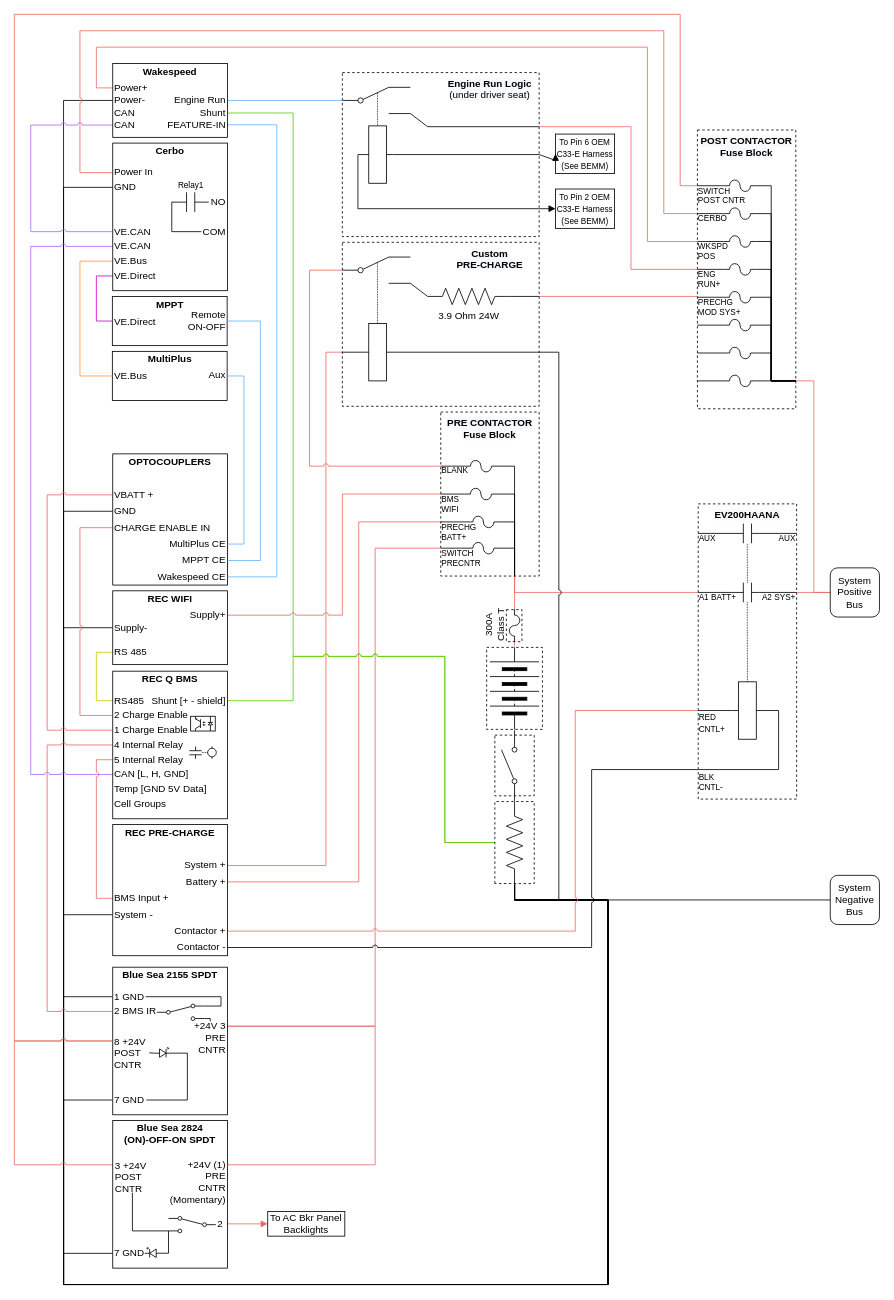
natecostello/van_two_point_oh keeps this draw.io diagram as page "V4" (2 of 5) of van/electrical/BMS_wiring_logic_v4/REC_Q_BMS_Wiring_Logic.drawio. Above is the earlier version. Source tidied: cells renumbered, new cells numbered last; positions are measured from the earlier drawing's top-left corner, leaving out a move shared by most shapes. Both pictures are drawn from the tidied source at 82%, with x=0, y=0 at pixel (14, 14).
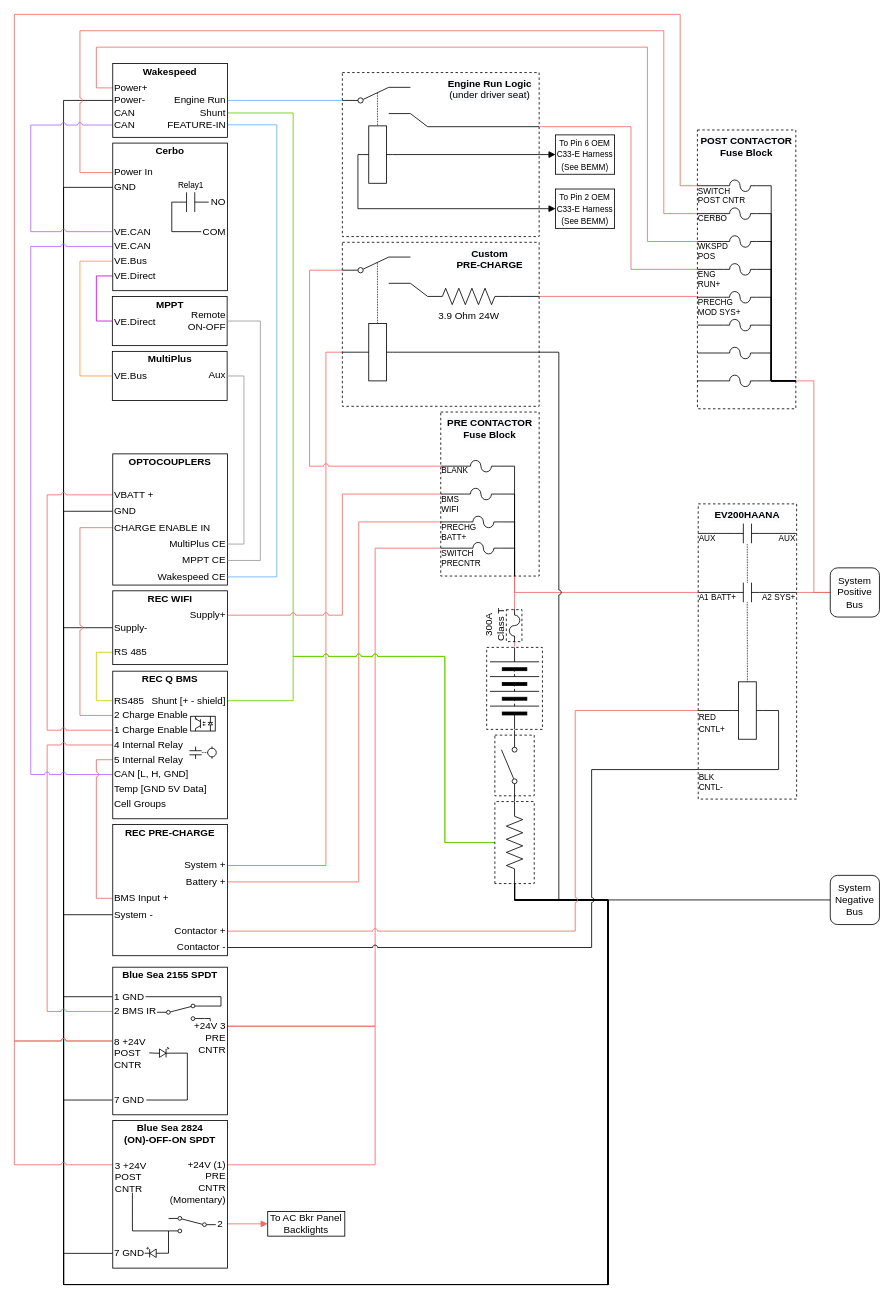
The same diagram, later.

Unchanged cells that the change refers to:
```xml
<mxCell id="49" value="MPPT CE" style="text;html=1;strokeColor=none;fillColor=none;align=right;verticalAlign=middle;whiteSpace=wrap;rounded=0;" parent="45" vertex="1">
  <mxGeometry y="120" width="140" height="20" as="geometry" />
</mxCell>
<mxCell id="51" value="MultiPlus CE" style="text;html=1;strokeColor=none;fillColor=none;align=right;verticalAlign=middle;whiteSpace=wrap;rounded=0;" parent="45" vertex="1">
  <mxGeometry y="100" width="140" height="20" as="geometry" />
</mxCell>
<mxCell id="60" style="rounded=0;whiteSpace=wrap;html=1;fillColor=none;" parent="59" vertex="1">
  <mxGeometry width="140" height="60" as="geometry" />
</mxCell>
<mxCell id="65" style="rounded=0;whiteSpace=wrap;html=1;fillColor=none;" parent="64" vertex="1">
  <mxGeometry width="140" height="60" as="geometry" />
</mxCell>
<mxCell id="79" style="rounded=0;whiteSpace=wrap;html=1;fillColor=none;dashed=1;points=[[0,0.17,0,0,0],[0,0.33,0,0,0],[0,0.5,0,0,0],[0,0.67,0,0,0],[0,0.83,0,0,0],[0.25,0,0,0,0],[0.25,1,0,0,0],[0.5,0,0,0,0],[0.5,1,0,0,0],[0.75,0,0,0,0],[0.75,1,0,0,0],[1,0.17,0,0,0],[1,0.33,0,0,0],[1,0.5,0,0,0],[1,0.67,0,0,0],[1,0.83,0,0,0]];" parent="77" vertex="1">
  <mxGeometry width="240" height="200" as="geometry" />
</mxCell>
```

What changed in the source:
```diff
@@
-    <mxCell id="69" style="edgeStyle=orthogonalEdgeStyle;rounded=0;jumpStyle=arc;jettySize=auto;html=1;exitX=1;exitY=0.5;exitDx=0;exitDy=0;strokeColor=#66B2FF;strokeWidth=1;startArrow=none;startFill=0;endArrow=none;endFill=0;entryX=1;entryY=0.5;entryDx=0;entryDy=0;" parent="1" edge="1" source="51" target="65">
+    <mxCell id="69" style="edgeStyle=orthogonalEdgeStyle;rounded=0;jumpStyle=arc;jettySize=auto;html=1;exitX=1;exitY=0.5;exitDx=0;exitDy=0;strokeColor=#999999;strokeWidth=1;startArrow=none;startFill=0;endArrow=none;endFill=0;entryX=1;entryY=0.5;entryDx=0;entryDy=0;" parent="1" edge="1" source="51" target="65">
       <mxGeometry relative="1" as="geometry">
         <Array as="points">
           <mxPoint x="280" y="646" />
           <mxPoint x="280" y="441" />
         </Array>
       </mxGeometry>
     </mxCell>
-    <mxCell id="70" style="edgeStyle=orthogonalEdgeStyle;rounded=0;jumpStyle=arc;jettySize=auto;html=1;exitX=1;exitY=0.5;exitDx=0;exitDy=0;strokeColor=#66B2FF;strokeWidth=1;startArrow=none;startFill=0;endArrow=none;endFill=0;entryX=1;entryY=0.5;entryDx=0;entryDy=0;" parent="1" edge="1" source="49" target="60">
+    <mxCell id="70" style="edgeStyle=orthogonalEdgeStyle;rounded=0;jumpStyle=arc;jettySize=auto;html=1;exitX=1;exitY=0.5;exitDx=0;exitDy=0;strokeColor=#999999;strokeWidth=1;startArrow=none;startFill=0;endArrow=none;endFill=0;entryX=1;entryY=0.5;entryDx=0;entryDy=0;" parent="1" edge="1" source="49" target="60">
       <mxGeometry relative="1" as="geometry">
         <Array as="points">
           <mxPoint x="300" y="666" />
           <mxPoint x="300" y="374" />
         </Array>
       </mxGeometry>
     </mxCell>
@@
     <mxCell id="103" value="&lt;font style=&quot;font-size: 10px;&quot;&gt;To Pin 6 OEM C33-E Harness (See BEMM)&lt;/font&gt;" style="text;html=1;strokeColor=default;fillColor=default;align=center;verticalAlign=middle;whiteSpace=wrap;rounded=0;" parent="1" vertex="1">
-      <mxGeometry x="660" y="146" width="72" height="48" as="geometry" />
+      <mxGeometry x="660" y="147" width="72" height="48" as="geometry" />
     </mxCell>
@@
-    <mxCell id="262" style="edgeStyle=orthogonalEdgeStyle;rounded=0;jumpStyle=arc;jettySize=auto;html=1;exitX=1;exitY=0.5;exitDx=0;exitDy=0;exitPerimeter=0;entryX=0;entryY=0.5;entryDx=0;entryDy=0;strokeColor=#000000;endArrow=block;endFill=1;" parent="1" edge="1" source="79" target="103">
-      <mxGeometry relative="1" as="geometry" />
+    <mxCell id="262" style="edgeStyle=orthogonalEdgeStyle;rounded=0;jumpStyle=arc;jettySize=auto;html=1;exitX=1;exitY=0.5;exitDx=0;exitDy=0;exitPerimeter=0;strokeColor=#000000;endArrow=block;endFill=1;" parent="1" edge="1" source="79">
+      <mxGeometry relative="1" as="geometry">
+        <mxPoint x="660" y="171" as="targetPoint" />
+      </mxGeometry>
     </mxCell>
```
